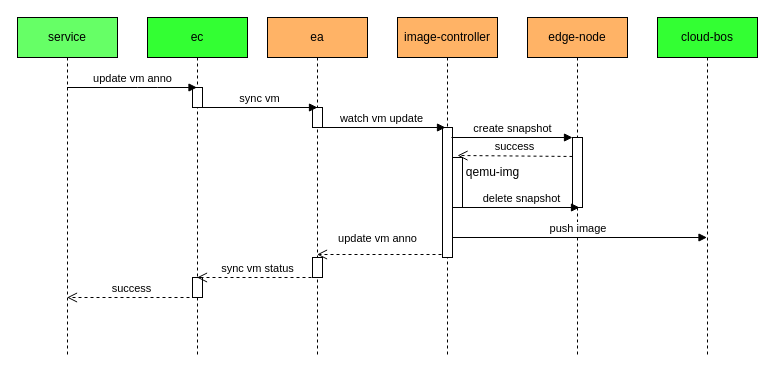
Above: Untitled Diagram.drawio in ZP-AlwaysWin/diagram (draw.io), before the change. Source tidied: cells renumbered, new cells numbered last; positions are measured from the earlier drawing's top-left corner, leaving out a move shared by most shapes. Both pictures are drawn from the tidied source at 100%, with x=0, y=0 at pixel (17, 17).
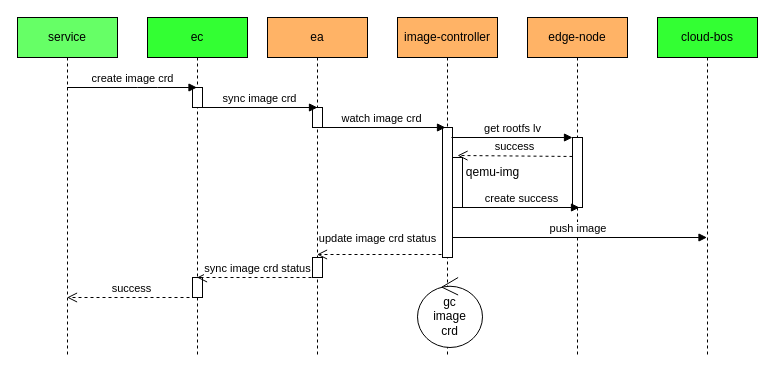
The same page after the edit.

Unchanged cells that the change refers to:
```xml
<mxCell id="2" value="service" style="shape=umlLifeline;perimeter=lifelinePerimeter;whiteSpace=wrap;html=1;outlineConnect=0;fillColor=#66FF66;" parent="1" vertex="1">
  <mxGeometry width="100" height="340" as="geometry" />
</mxCell>
<mxCell id="3" value="ec" style="shape=umlLifeline;perimeter=lifelinePerimeter;whiteSpace=wrap;html=1;outlineConnect=0;fillColor=#33FF33;" parent="1" vertex="1">
  <mxGeometry x="130" width="100" height="340" as="geometry" />
</mxCell>
<mxCell id="4" style="html=1;points=[];perimeter=orthogonalPerimeter;" parent="3" vertex="1">
  <mxGeometry x="45" y="70" width="10" height="20" as="geometry" />
</mxCell>
<mxCell id="6" value="ea" style="shape=umlLifeline;perimeter=lifelinePerimeter;whiteSpace=wrap;html=1;outlineConnect=0;fillColor=#FFB366;" parent="1" vertex="1">
  <mxGeometry x="250" width="100" height="340" as="geometry" />
</mxCell>
<mxCell id="8" style="html=1;points=[];perimeter=orthogonalPerimeter;" parent="6" vertex="1">
  <mxGeometry x="45" y="240" width="10" height="20" as="geometry" />
</mxCell>
<mxCell id="9" value="image-controller" style="shape=umlLifeline;perimeter=lifelinePerimeter;whiteSpace=wrap;html=1;fillColor=#FFB366;" parent="1" vertex="1">
  <mxGeometry x="380" width="100" height="340" as="geometry" />
</mxCell>
<mxCell id="10" style="html=1;points=[];perimeter=orthogonalPerimeter;" parent="9" vertex="1">
  <mxGeometry x="45" y="110" width="10" height="130" as="geometry" />
</mxCell>
<mxCell id="12" style="html=1;points=[];perimeter=orthogonalPerimeter;" parent="11" vertex="1">
  <mxGeometry x="45" y="120" width="10" height="70" as="geometry" />
</mxCell>
```

Change to the diagram source:
```diff
@@
+    <mxCell id="26" value="gc&lt;br&gt;image&lt;br&gt;crd" style="ellipse;shape=umlControl;whiteSpace=wrap;html=1;" parent="9" vertex="1">
+      <mxGeometry x="20" y="260" width="65" height="70" as="geometry" />
+    </mxCell>
@@
-    <mxCell id="14" value="update vm anno" style="html=1;verticalAlign=bottom;endArrow=block;" parent="1" edge="1" source="2" target="3">
+    <mxCell id="14" value="create image crd" style="html=1;verticalAlign=bottom;endArrow=block;" parent="1" edge="1" source="2" target="3">
       <mxGeometry relative="1" as="geometry">
         <Array as="points">
           <mxPoint x="130" y="70" />
         </Array>
       </mxGeometry>
     </mxCell>
-    <mxCell id="15" value="sync vm" style="html=1;verticalAlign=bottom;endArrow=block;exitX=0.8;exitY=1;exitDx=0;exitDy=0;exitPerimeter=0;" parent="1" edge="1" source="4">
+    <mxCell id="15" value="sync image crd" style="html=1;verticalAlign=bottom;endArrow=block;exitX=0.8;exitY=1;exitDx=0;exitDy=0;exitPerimeter=0;" parent="1" edge="1" source="4">
       <mxGeometry relative="1" as="geometry">
         <mxPoint x="300" y="90" as="targetPoint" />
       </mxGeometry>
     </mxCell>
-    <mxCell id="16" value="watch vm update" style="html=1;verticalAlign=bottom;endArrow=block;exitX=0.8;exitY=1;exitDx=0;exitDy=0;exitPerimeter=0;entryX=0.3;entryY=0;entryDx=0;entryDy=0;entryPerimeter=0;" parent="1" edge="1" target="10">
+    <mxCell id="16" value="watch image crd" style="html=1;verticalAlign=bottom;endArrow=block;exitX=0.8;exitY=1;exitDx=0;exitDy=0;exitPerimeter=0;entryX=0.3;entryY=0;entryDx=0;entryDy=0;entryPerimeter=0;" parent="1" edge="1" target="10">
       <mxGeometry relative="1" as="geometry">
         <mxPoint x="300" y="110" as="sourcePoint" />
         <Array as="points">
           <mxPoint x="367.5" y="110" />
         </Array>
       </mxGeometry>
     </mxCell>
-    <mxCell id="17" value="create snapshot" style="html=1;verticalAlign=bottom;endArrow=block;entryX=0;entryY=0;" parent="1" edge="1" target="12">
+    <mxCell id="17" value="get rootfs lv" style="html=1;verticalAlign=bottom;endArrow=block;entryX=0;entryY=0;" parent="1" edge="1" target="12">
       <mxGeometry relative="1" as="geometry">
         <mxPoint x="434" y="120" as="sourcePoint" />
       </mxGeometry>
     </mxCell>
-    <mxCell id="18" value="update vm anno" style="html=1;verticalAlign=bottom;endArrow=open;dashed=1;endSize=8;exitX=-0.1;exitY=0.977;exitDx=0;exitDy=0;exitPerimeter=0;" parent="1" edge="1" source="10" target="6">
+    <mxCell id="18" value="update image crd status" style="html=1;verticalAlign=bottom;endArrow=open;dashed=1;endSize=8;exitX=-0.1;exitY=0.977;exitDx=0;exitDy=0;exitPerimeter=0;" parent="1" edge="1" source="10" target="6">
       <mxGeometry x="0.03" y="-7" relative="1" as="geometry" />
     </mxCell>
-    <mxCell id="19" value="&lt;font style=&quot;font-size: 11px&quot;&gt;sync vm status&lt;/font&gt;" style="html=1;verticalAlign=bottom;endArrow=open;dashed=1;endSize=8;exitX=0.5;exitY=1;exitDx=0;exitDy=0;exitPerimeter=0;" parent="1" edge="1" source="8" target="3">
+    <mxCell id="19" value="&lt;font style=&quot;font-size: 11px&quot;&gt;sync image crd status&lt;/font&gt;" style="html=1;verticalAlign=bottom;endArrow=open;dashed=1;endSize=8;exitX=0.5;exitY=1;exitDx=0;exitDy=0;exitPerimeter=0;" parent="1" edge="1" source="8" target="3">
       <mxGeometry relative="1" as="geometry" />
     </mxCell>
@@
-    <mxCell id="24" value="delete snapshot" style="html=1;verticalAlign=bottom;endArrow=block;exitX=0.8;exitY=1;exitDx=0;exitDy=0;exitPerimeter=0;" parent="1" edge="1">
+    <mxCell id="24" value="create success" style="html=1;verticalAlign=bottom;endArrow=block;exitX=0.8;exitY=1;exitDx=0;exitDy=0;exitPerimeter=0;" parent="1" edge="1">
       <mxGeometry relative="1" as="geometry">
         <mxPoint x="445" y="190" as="sourcePoint" />
         <mxPoint x="562" y="190" as="targetPoint" />
         <Array as="points">
           <mxPoint x="512.5" y="190" />
         </Array>
       </mxGeometry>
     </mxCell>
```
